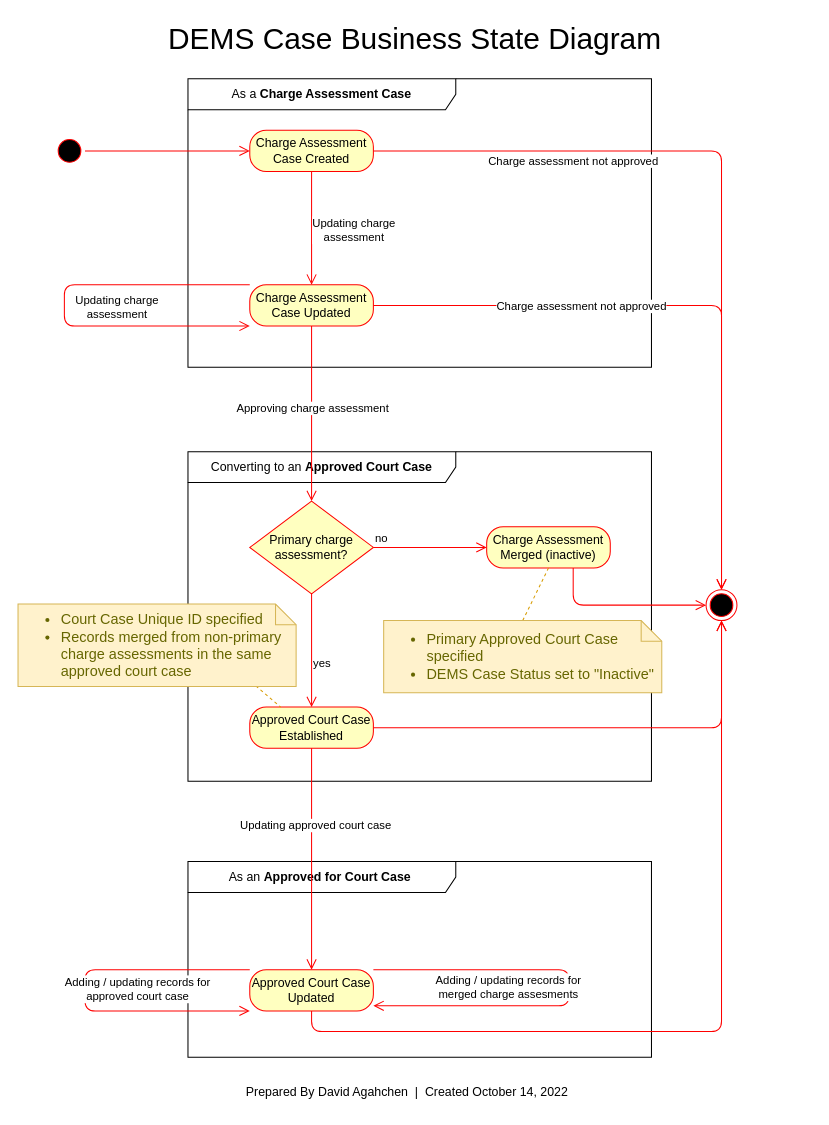
bcgov/jpss-jade-ccm keeps this draw.io diagram as img/src/ccm_dems_case_state_diagram.drawio. Above is the earlier version. Source tidied: cells renumbered, new cells numbered last; positions are measured from the earlier drawing's top-left corner, leaving out a move shared by most shapes. Both pictures are drawn from the tidied source at 103%, with x=0, y=0 at pixel (18, 18).
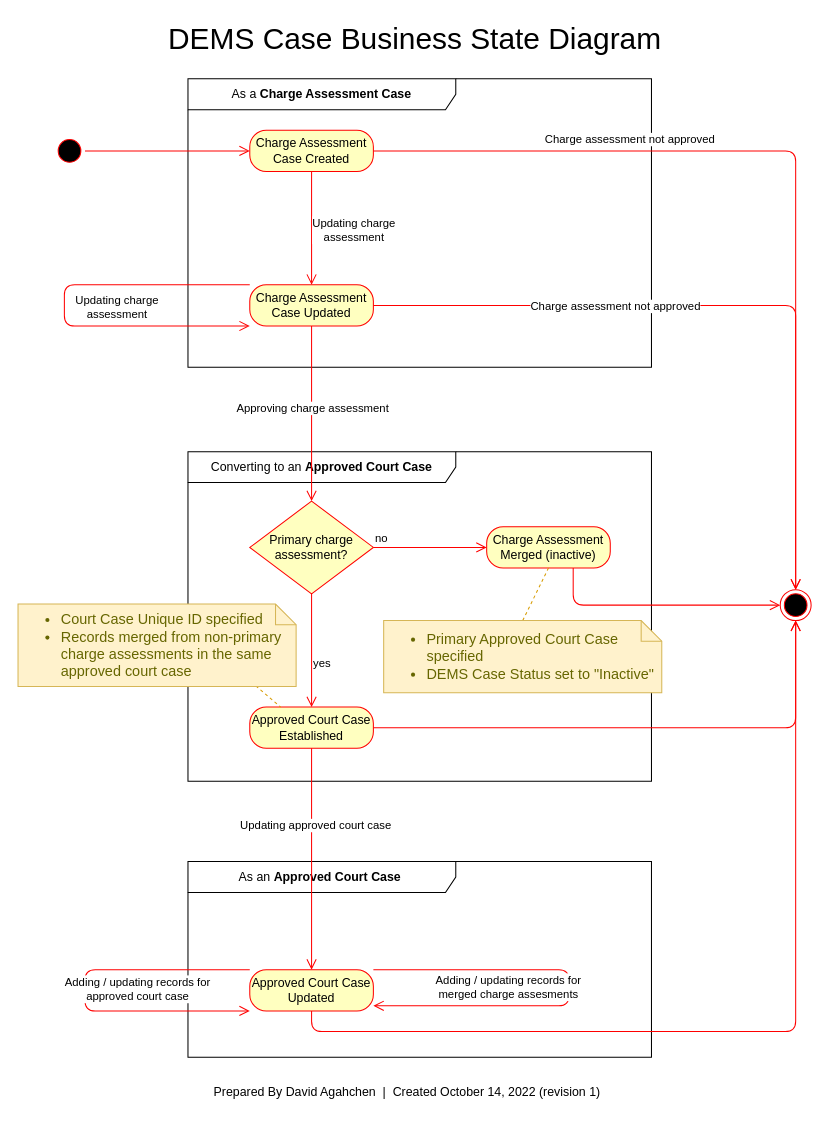
Above is the later version.

Commit message (it also covers changes not shown here):
corrected typo in diagram

The change refers to these unchanged cells:
```xml
<mxCell id="12" value="Approved Court Case Updated" style="rounded=1;whiteSpace=wrap;html=1;arcSize=40;fontColor=#000000;fillColor=#ffffc0;strokeColor=#ff0000;" parent="1" vertex="1">
  <mxGeometry x="225" y="924" width="120" height="40" as="geometry" />
</mxCell>
```

Diff of the diagram source:
```diff
@@
-    <mxCell id="7" value="As an &lt;b&gt;Approved for Court Case&amp;nbsp;&lt;/b&gt;" style="shape=umlFrame;whiteSpace=wrap;html=1;width=260;height=30;" parent="1" vertex="1">
+    <mxCell id="7" value="As an &lt;b&gt;Approved Court Case&amp;nbsp;&lt;/b&gt;" style="shape=umlFrame;whiteSpace=wrap;html=1;width=260;height=30;" parent="1" vertex="1">
       <mxGeometry x="165" y="819" width="450" height="190" as="geometry" />
     </mxCell>
@@
     <mxCell id="15" style="ellipse;html=1;shape=endState;fillColor=#000000;strokeColor=#ff0000;" parent="1" vertex="1">
-      <mxGeometry x="668" y="555" width="30" height="30" as="geometry" />
+      <mxGeometry x="740" y="555" width="30" height="30" as="geometry" />
     </mxCell>
@@
     <mxCell id="38" style="edgeStyle=orthogonalEdgeStyle;html=1;align=left;verticalAlign=bottom;endArrow=open;endSize=8;strokeColor=#ff0000;exitX=0.5;exitY=1;exitDx=0;exitDy=0;entryX=0.5;entryY=1;entryDx=0;entryDy=0;" parent="1" edge="1" source="12" target="15">
       <mxGeometry relative="1" as="geometry">
         <Array as="points">
           <mxPoint x="285" y="984" />
-          <mxPoint x="683" y="984" />
+          <mxPoint x="755" y="984" />
         </Array>
       </mxGeometry>
     </mxCell>
@@
-    <mxCell id="40" value="Prepared By David Agahchen&amp;nbsp; |&amp;nbsp; Created October 14, 2022" style="text;html=1;strokeColor=none;fillColor=none;align=center;verticalAlign=middle;whiteSpace=wrap;rounded=0;" parent="1" vertex="1">
+    <mxCell id="40" value="Prepared By David Agahchen&amp;nbsp; |&amp;nbsp; Created October 14, 2022 (revision 1)" style="text;html=1;strokeColor=none;fillColor=none;align=center;verticalAlign=middle;whiteSpace=wrap;rounded=0;" parent="1" vertex="1">
       <mxGeometry x="83" y="1028" width="590" height="30" as="geometry" />
     </mxCell>
```
